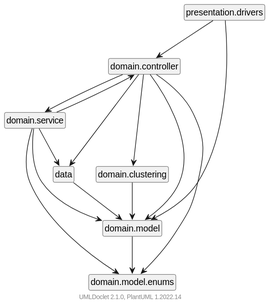
Above: DOC/javadoc/package-dependencies.svg in felipenugo/k-surveys (PlantUML), before the change.
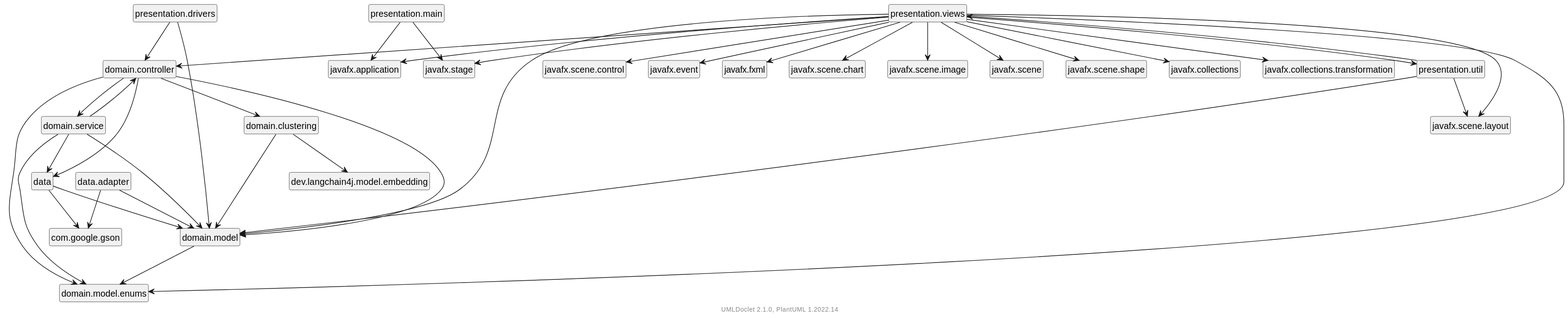
The same diagram one commit later.

Change to the diagram source:
```diff
@@ -5,34 +5,67 @@
     hide empty fields
     hide empty methods
 
-    domain.controller --> domain.service
+    data.adapter --> com.google.gson
+    data.adapter --> domain.model
+    data --> com.google.gson
+    data --> domain.model
+    domain.clustering --> domain.model
+    domain.clustering --> dev.langchain4j.model.embedding
+    domain.controller --> domain.clustering
     domain.controller --> domain.model
     domain.controller --> data
-    domain.controller --> domain.clustering
+    domain.controller --> domain.service
     domain.controller --> domain.model.enums
     domain.model --> domain.model.enums
-    domain.service --> data
     domain.service --> domain.controller
     domain.service --> domain.model
+    domain.service --> data
     domain.service --> domain.model.enums
-    domain.clustering --> domain.model
-    data --> domain.model
     presentation.drivers --> domain.controller
     presentation.drivers --> domain.model
+    presentation.main --> javafx.application
+    presentation.main --> javafx.stage
+    presentation.util --> javafx.scene.layout
+    presentation.util --> presentation.views
+    presentation.util --> domain.model
+    presentation.views --> javafx.scene.control
+    presentation.views --> javafx.scene.layout
+    presentation.views --> domain.model
+    presentation.views --> domain.controller
+    presentation.views --> javafx.event
+    presentation.views --> javafx.application
+    presentation.views --> javafx.stage
+    presentation.views --> javafx.fxml
+    presentation.views --> javafx.scene.chart
+    presentation.views --> javafx.scene.image
+    presentation.views --> domain.model.enums
+    presentation.views --> javafx.scene
+    presentation.views --> presentation.util
+    presentation.views --> javafx.scene.shape
+    presentation.views --> javafx.collections
+    presentation.views --> javafx.collections.transformation
 
-    class "domain.controller" [[domain/controller/package-summary.html]] {
+    class "data.adapter" [[data\adapter\package-summary.html]] {
     }
-    class "domain.service" [[domain/service/package-summary.html]] {
+    class "domain.model" [[domain\model\package-summary.html]] {
     }
-    class "domain.model" [[domain/model/package-summary.html]] {
+    class "data" [[data\package-summary.html]] {
     }
-    class "data" [[data/package-summary.html]] {
+    class "domain.clustering" [[domain\clustering\package-summary.html]] {
     }
-    class "domain.clustering" [[domain/clustering/package-summary.html]] {
+    class "domain.controller" [[domain\controller\package-summary.html]] {
     }
-    class "domain.model.enums" [[domain/model/enums/package-summary.html]] {
+    class "domain.service" [[domain\service\package-summary.html]] {
     }
-    class "presentation.drivers" [[presentation/drivers/package-summary.html]] {
+    class "domain.model.enums" [[domain\model\enums\package-summary.html]] {
+    }
+    class "presentation.drivers" [[presentation\drivers\package-summary.html]] {
+    }
+    class "presentation.main" [[presentation\main\package-summary.html]] {
+    }
+    class "presentation.util" [[presentation\util\package-summary.html]] {
+    }
+    class "presentation.views" [[presentation\views\package-summary.html]] {
     }
 
     center footer UMLDoclet 2.1.0, PlantUML %version()
```
